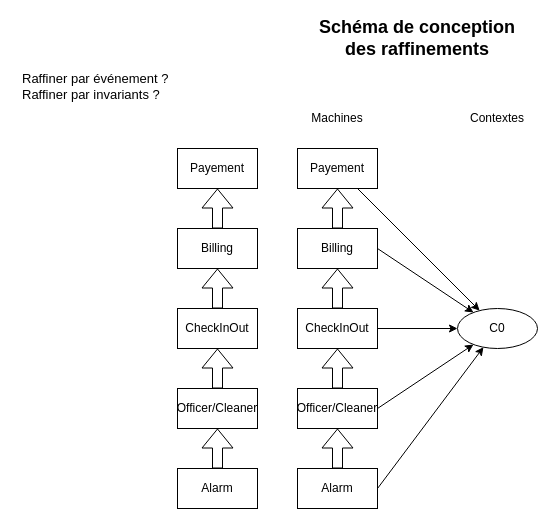
The draw.io diagram doc/conception/refinement.drawio in Reynault/MOSOS-Subject-3, before the edit. Source tidied: cells renumbered, new cells numbered last; positions are measured from the earlier drawing's top-left corner, leaving out a move shared by most shapes. Both pictures are drawn from the tidied source at 100%, with x=0, y=0 at pixel (17, 28).
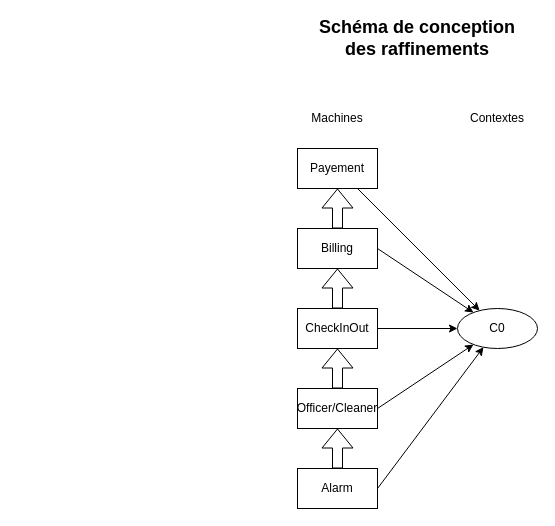
The same page after the edit.

Diff of the diagram source:
```diff
@@
-    <mxCell id="14" value="&lt;p style=&quot;font-size: 13px&quot;&gt;Raffiner par événement ?Raffiner par invariants ?&lt;/p&gt;" style="text;html=1;strokeColor=none;fillColor=none;spacing=5;spacingTop=-20;whiteSpace=wrap;overflow=hidden;rounded=0;align=left;verticalAlign=top;horizontal=1;" parent="1" vertex="1">
-      <mxGeometry y="40" width="160" height="40" as="geometry" />
-    </mxCell>
@@
-    <mxCell id="21" value="Payement" style="rounded=0;whiteSpace=wrap;html=1;" parent="1" vertex="1">
-      <mxGeometry x="160" y="120" width="80" height="40" as="geometry" />
-    </mxCell>
-    <mxCell id="22" value="Billing" style="rounded=0;whiteSpace=wrap;html=1;" parent="1" vertex="1">
-      <mxGeometry x="160" y="200" width="80" height="40" as="geometry" />
-    </mxCell>
-    <mxCell id="23" style="endArrow=classic;html=1;shape=flexArrow;" parent="1" edge="1" source="22" target="21">
-      <mxGeometry relative="1" as="geometry" />
-    </mxCell>
-    <mxCell id="24" value="CheckInOut" style="rounded=0;whiteSpace=wrap;html=1;" parent="1" vertex="1">
-      <mxGeometry x="160" y="280" width="80" height="40" as="geometry" />
-    </mxCell>
-    <mxCell id="25" style="endArrow=classic;html=1;shape=flexArrow;" parent="1" edge="1" source="24" target="22">
-      <mxGeometry relative="1" as="geometry" />
-    </mxCell>
-    <mxCell id="26" value="Officer/Cleaner" style="rounded=0;whiteSpace=wrap;html=1;" parent="1" vertex="1">
-      <mxGeometry x="160" y="360" width="80" height="40" as="geometry" />
-    </mxCell>
-    <mxCell id="27" value="Alarm" style="rounded=0;whiteSpace=wrap;html=1;" parent="1" vertex="1">
-      <mxGeometry x="160" y="440" width="80" height="40" as="geometry" />
-    </mxCell>
-    <mxCell id="28" style="endArrow=classic;html=1;shape=flexArrow;" parent="1" edge="1" source="26" target="24">
-      <mxGeometry relative="1" as="geometry" />
-    </mxCell>
-    <mxCell id="29" style="endArrow=classic;html=1;shape=flexArrow;" parent="1" edge="1" source="27" target="26">
-      <mxGeometry relative="1" as="geometry" />
-    </mxCell>
```
